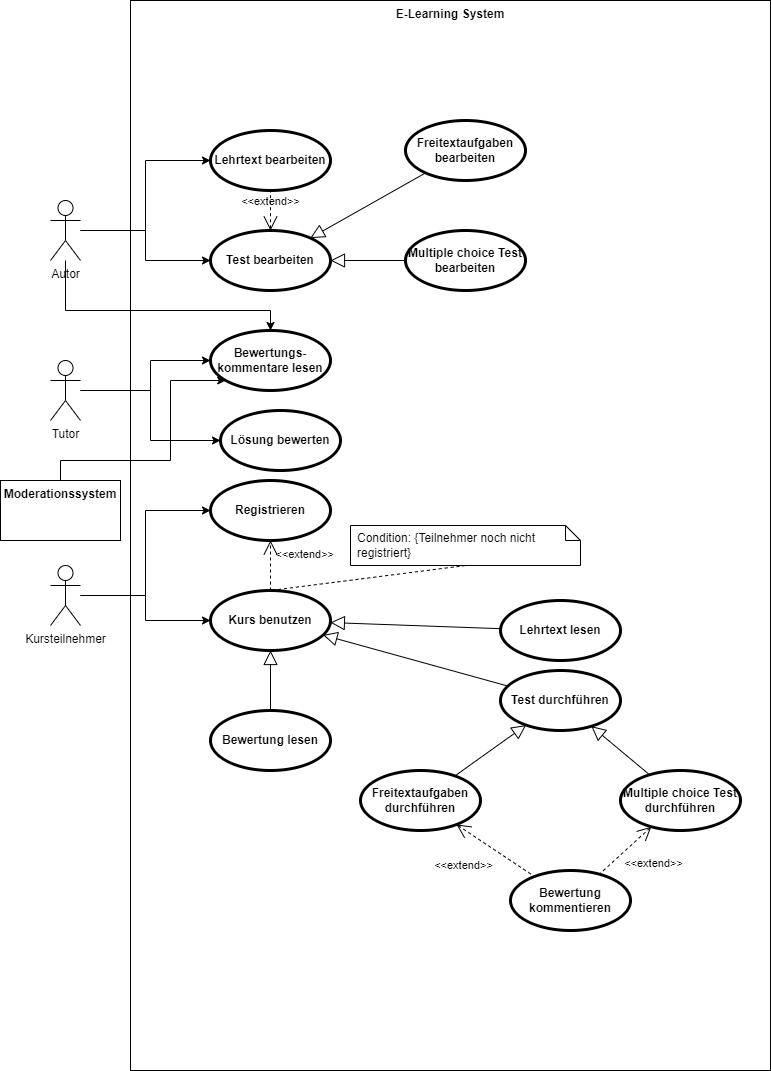
The draw.io diagram Uebung8/E_Learning.drawio.png in jahtzee/SE_WS21, before a commit. Source tidied: cells renumbered, new cells last; positions are measured from the earlier drawing's top-left corner, leaving out a move shared by most shapes.
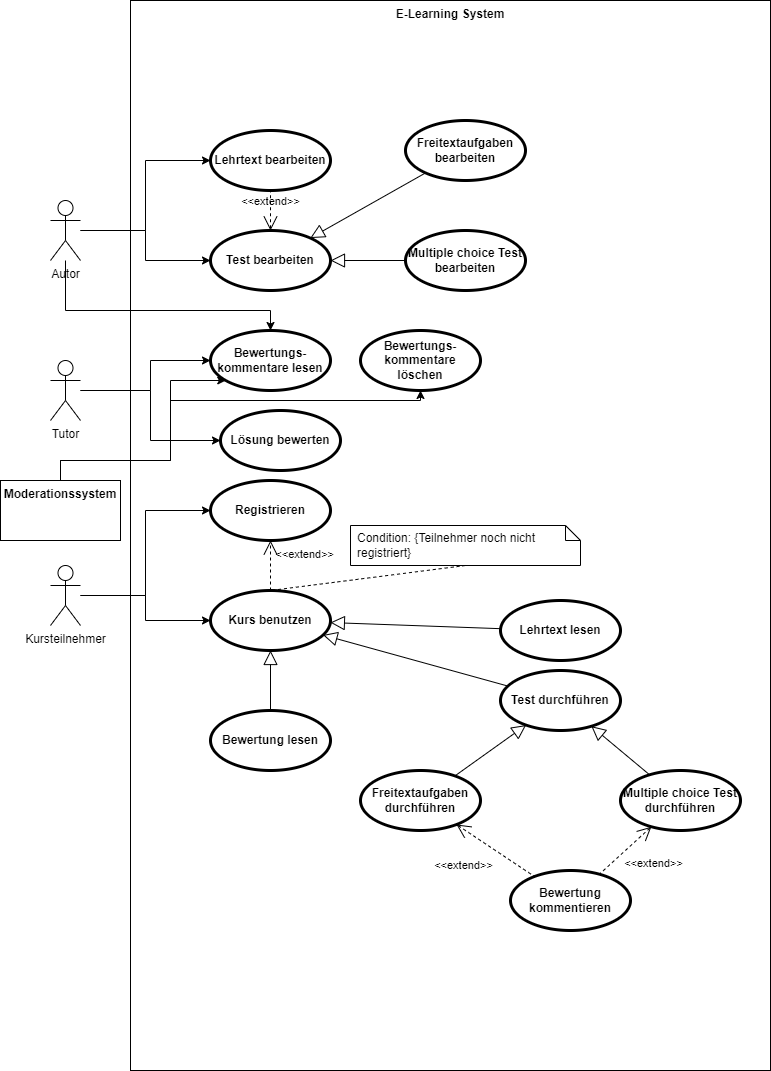
The same diagram one commit later.

Diff of the diagram source:
```diff
@@ -54,6 +54,16 @@
         </Array>
       </mxGeometry>
     </mxCell>
+    <mxCell id="42" style="edgeStyle=orthogonalEdgeStyle;rounded=0;jettySize=auto;html=1;" parent="1" edge="1" source="14" target="43">
+      <mxGeometry relative="1" as="geometry">
+        <Array as="points">
+          <mxPoint x="60" y="460" />
+          <mxPoint x="170" y="460" />
+          <mxPoint x="170" y="400" />
+          <mxPoint x="420" y="400" />
+        </Array>
+      </mxGeometry>
+    </mxCell>
     <mxCell id="14" value="Moderationssystem" style="shape=rect;html=1;verticalAlign=top;fontStyle=1;whiteSpace=wrap;align=center;" parent="1" vertex="1">
       <mxGeometry y="480" width="120" height="60" as="geometry" />
     </mxCell>
@@ -140,5 +150,8 @@
     <mxCell id="41" style="edgeStyle=none;html=1;endArrow=block;endFill=0;endSize=12;verticalAlign=bottom;rounded=0;" parent="1" edge="1" source="38" target="35">
       <mxGeometry relative="1" as="geometry" />
     </mxCell>
+    <mxCell id="43" value="Bewertungs-&lt;br&gt;kommentare löschen" style="shape=ellipse;html=1;strokeWidth=3;fontStyle=1;whiteSpace=wrap;align=center;perimeter=ellipsePerimeter;" parent="1" vertex="1">
+      <mxGeometry x="360" y="330" width="120" height="60" as="geometry" />
+    </mxCell>
   </root>
 </mxGraphModel>
```
